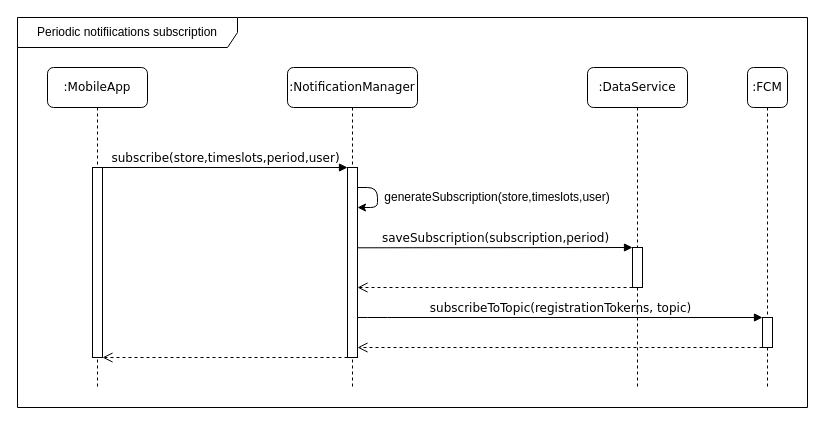
The draw.io diagram Relevant DD information/Sequence Diagrams/DrawIO/subscribeSeq.drawio in EtionPinari/PinariRomeoSbrolli, before the edit. Source tidied: cells renumbered, new cells numbered last; positions are measured from the earlier drawing's top-left corner, leaving out a move shared by most shapes. Both pictures are drawn from the tidied source at 100%, with x=0, y=0 at pixel (17, 17).
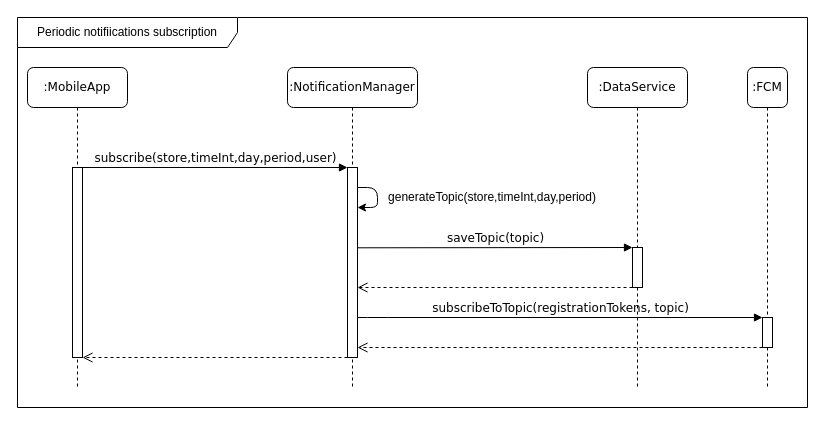
Above is the later version.

Commit message (it also covers changes not shown here):
Added Topic description, update seq diagram and Interface diagram

Unchanged cells that the change refers to:
```xml
<mxCell id="3" style="html=1;points=[];perimeter=orthogonalPerimeter;rounded=0;shadow=0;comic=0;labelBackgroundColor=none;strokeWidth=1;fontFamily=Verdana;fontSize=12;align=center;" parent="2" vertex="1">
  <mxGeometry x="60" y="100" width="10" height="190" as="geometry" />
</mxCell>
<mxCell id="6" style="html=1;points=[];perimeter=orthogonalPerimeter;rounded=0;shadow=0;comic=0;labelBackgroundColor=none;strokeWidth=1;fontFamily=Verdana;fontSize=12;align=center;" parent="5" vertex="1">
  <mxGeometry x="45" y="180" width="10" height="40" as="geometry" />
</mxCell>
<mxCell id="8" style="html=1;points=[];perimeter=orthogonalPerimeter;rounded=0;shadow=0;comic=0;labelBackgroundColor=none;strokeWidth=1;fontFamily=Verdana;fontSize=12;align=center;" parent="7" vertex="1">
  <mxGeometry x="45" y="100" width="10" height="190" as="geometry" />
</mxCell>
<mxCell id="15" style="html=1;points=[];perimeter=orthogonalPerimeter;rounded=0;shadow=0;comic=0;labelBackgroundColor=none;strokeWidth=1;fontFamily=Verdana;fontSize=12;align=center;" parent="14" vertex="1">
  <mxGeometry x="15" y="250" width="10" height="30" as="geometry" />
</mxCell>
```

Diff of the diagram source:
```diff
@@
     <mxCell id="7" value=":MobileApp" style="shape=umlLifeline;perimeter=lifelinePerimeter;whiteSpace=wrap;html=1;rounded=1;shadow=0;comic=0;labelBackgroundColor=none;strokeWidth=1;fontFamily=Verdana;fontSize=12;align=center;" parent="1" vertex="1">
-      <mxGeometry x="30" y="50" width="100" height="320" as="geometry" />
+      <mxGeometry x="10" y="50" width="100" height="320" as="geometry" />
     </mxCell>
@@
-    <mxCell id="9" value="subscribe(store,timeslots,period,user)" style="html=1;verticalAlign=bottom;endArrow=block;entryX=0;entryY=0;labelBackgroundColor=none;fontFamily=Verdana;fontSize=12;edgeStyle=elbowEdgeStyle;elbow=vertical;" parent="1" edge="1" source="8" target="3">
+    <mxCell id="9" value="subscribe(store,timeInt,day,period,user)" style="html=1;verticalAlign=bottom;endArrow=block;entryX=0;entryY=0;labelBackgroundColor=none;fontFamily=Verdana;fontSize=12;edgeStyle=elbowEdgeStyle;elbow=vertical;" parent="1" edge="1" source="8" target="3">
       <mxGeometry relative="1" as="geometry" />
     </mxCell>
@@
-    <mxCell id="11" value="saveSubscription(subscription,period)" style="html=1;verticalAlign=bottom;endArrow=block;entryX=0;entryY=0;labelBackgroundColor=none;fontFamily=Verdana;fontSize=12;edgeStyle=elbowEdgeStyle;elbow=vertical;" parent="1" edge="1" target="6">
+    <mxCell id="11" value="saveTopic(topic)" style="html=1;verticalAlign=bottom;endArrow=block;entryX=0;entryY=0;labelBackgroundColor=none;fontFamily=Verdana;fontSize=12;edgeStyle=elbowEdgeStyle;elbow=vertical;" parent="1" edge="1" target="6">
       <mxGeometry relative="1" as="geometry">
         <mxPoint x="340" y="230.3" as="sourcePoint" />
       </mxGeometry>
     </mxCell>
@@
-    <mxCell id="13" value="generateSubscription(store,timeslots,user)" style="text;html=1;strokeColor=none;fillColor=none;align=center;verticalAlign=middle;whiteSpace=wrap;rounded=0;" parent="1" vertex="1">
-      <mxGeometry x="415" y="170" width="130" height="20" as="geometry" />
+    <mxCell id="13" value="generateTopic(store,timeInt,day,period)" style="text;html=1;strokeColor=none;fillColor=none;align=center;verticalAlign=middle;whiteSpace=wrap;rounded=0;" parent="1" vertex="1">
+      <mxGeometry x="410" y="170" width="130" height="20" as="geometry" />
     </mxCell>
@@
-    <mxCell id="16" value="subscribeToTopic(registrationTokerns, topic)" style="html=1;verticalAlign=bottom;endArrow=block;labelBackgroundColor=none;fontFamily=Verdana;fontSize=12;edgeStyle=elbowEdgeStyle;elbow=vertical;" parent="1" edge="1" source="3" target="15">
+    <mxCell id="16" value="subscribeToTopic(registrationTokens, topic)" style="html=1;verticalAlign=bottom;endArrow=block;labelBackgroundColor=none;fontFamily=Verdana;fontSize=12;edgeStyle=elbowEdgeStyle;elbow=vertical;" parent="1" edge="1" source="3" target="15">
       <mxGeometry relative="1" as="geometry">
         <Array as="points">
           <mxPoint x="360" y="300" />
           <mxPoint x="543" y="290" />
         </Array>
       </mxGeometry>
     </mxCell>
```
